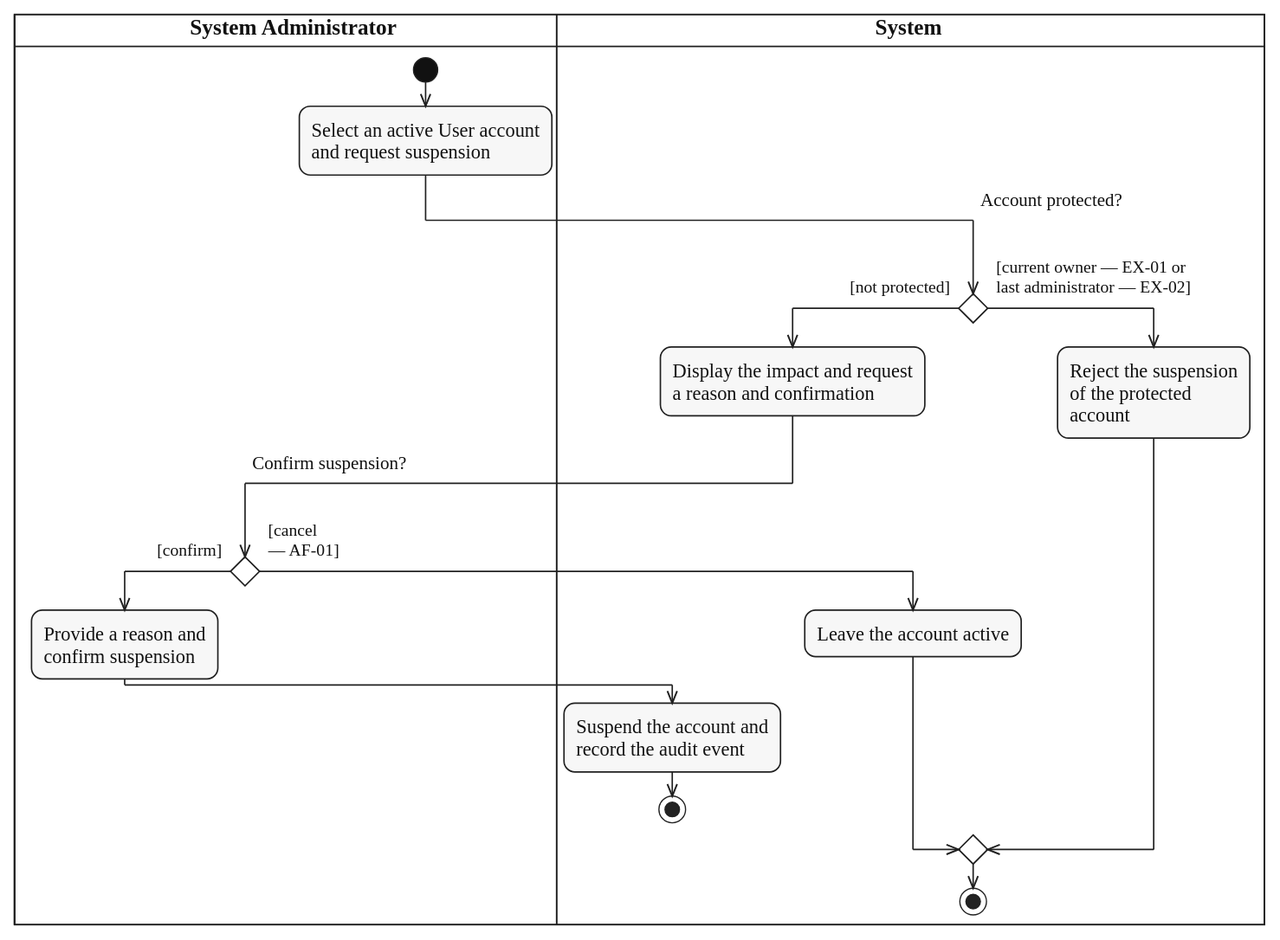
The PlantUML diagram diagrams/activity/system-administration/svg/UC-USER-ACCOUNT-SUSPEND.svg in lukenab/swd392-doc-automation, before a commit. Its source is kept beside it as diagrams/activity/system-administration/source/UC-USER-ACCOUNT-SUSPEND.puml.
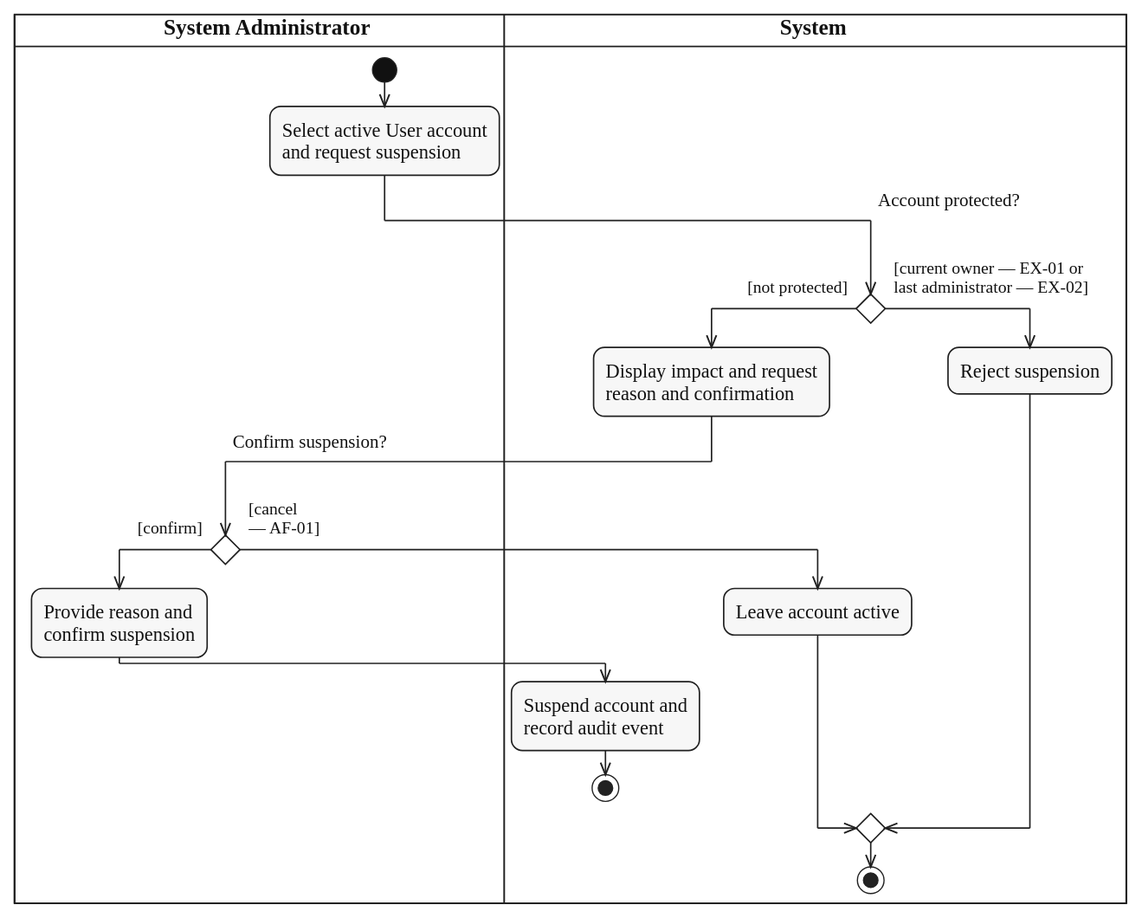
After the commit.

Diff of the diagram source:
```diff
@@ -5,28 +5,26 @@
 
 |ADM|
 start
-:Select an active User account
+:Select active User account
 and request suspension;
 |SYS|
 if ($question_x("Account protected?")) then ($guard_left("[not protected]"))
-  :Display the impact and request
-  a reason and confirmation;
+  :Display impact and request
+  reason and confirmation;
   |ADM|
   if ($question_x("Confirm suspension?")) then ($guard_left("[confirm]"))
-    :Provide a reason and
+    :Provide reason and
     confirm suspension;
     |SYS|
-    :Suspend the account and
-    record the audit event;
+    :Suspend account and
+    record audit event;
     stop
   else ($guard_right("[cancel", "— AF-01]"))
     |SYS|
-    :Leave the account active;
+    :Leave account active;
   endif
 else ($guard_right("[current owner — EX-01 or", "last administrator — EX-02]"))
-  :Reject the suspension
-  of the protected
-  account;
+  :Reject suspension;
 endif
 |SYS|
 stop
```
